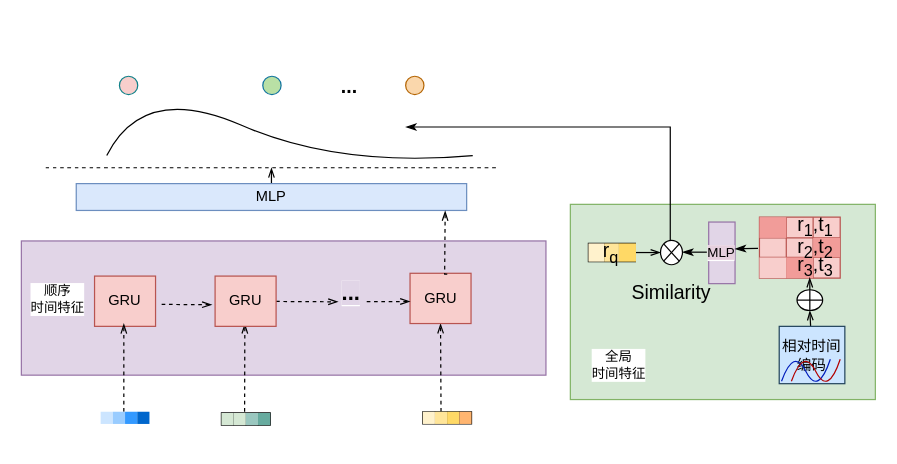
Earlier version of the draw.io diagram 时序模块.drawio (LNqwn/BISHE-GRAPH). Source tidied: cells renumbered, new cells numbered last; positions are measured from the earlier drawing's top-left corner, leaving out a move shared by most shapes. Both pictures are drawn from the tidied source at 122%, with x=0, y=0 at pixel (21, 67).
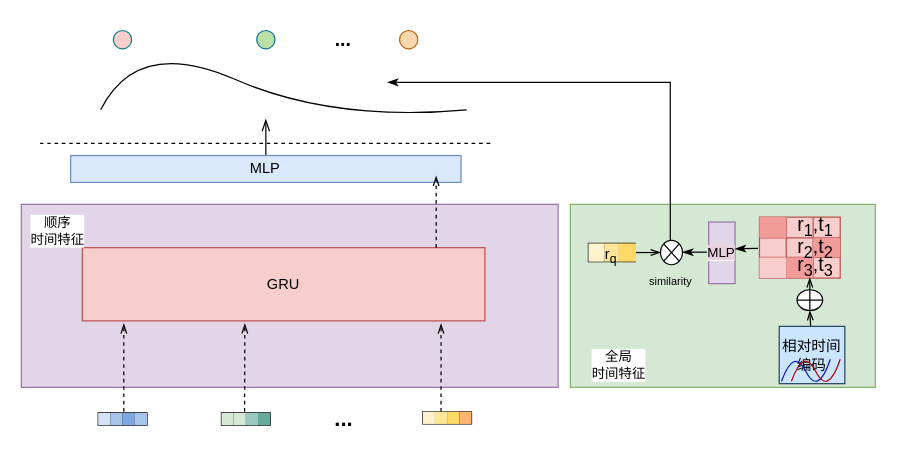
After the change.

Commit message:
更新时序模块.drawio

Unchanged cells that the change refers to:
```xml
<mxCell id="62" style="shape=tableRow;horizontal=0;startSize=0;swimlaneHead=0;swimlaneBody=0;strokeColor=inherit;top=0;left=0;bottom=0;right=0;fillColor=none;fontSize=16;" parent="1" vertex="1">
  <mxGeometry x="65" y="282" width="40" height="10" as="geometry" />
</mxCell>
```

The edit, as a diff of the source:
```diff
@@
     <mxCell id="2" style="rounded=0;whiteSpace=wrap;html=1;fontFamily=Helvetica;fontSize=11;labelBackgroundColor=default;fillColor=#d5e8d4;strokeColor=#82b366;" parent="1" vertex="1">
-      <mxGeometry x="450" y="112" width="250" height="160" as="geometry" />
+      <mxGeometry x="450" y="112" width="250" height="150" as="geometry" />
     </mxCell>
     <mxCell id="3" style="rounded=0;whiteSpace=wrap;html=1;fillColor=#e1d5e7;strokeColor=#9673a6;" parent="1" vertex="1">
-      <mxGeometry y="142" width="430" height="110" as="geometry" />
+      <mxGeometry y="112" width="440" height="150" as="geometry" />
     </mxCell>
@@
-    <mxCell id="27" value="r&lt;sub&gt;q&lt;/sub&gt;" style="text;html=1;align=center;verticalAlign=middle;whiteSpace=wrap;rounded=0;fontSize=16;" parent="1" vertex="1">
+    <mxCell id="27" value="&lt;font style=&quot;font-size: 12px;&quot;&gt;r&lt;sub&gt;q&lt;/sub&gt;&lt;/font&gt;" style="text;html=1;align=center;verticalAlign=middle;whiteSpace=wrap;rounded=0;fontSize=16;" parent="1" vertex="1">
       <mxGeometry x="460" y="140.6" width="46.6" height="21.8" as="geometry" />
     </mxCell>
     <mxCell id="28" style="endArrow=none;html=1;rounded=0;fontSize=12;startSize=8;endSize=8;curved=1;" parent="1" edge="1">
       <mxGeometry relative="1" as="geometry">
-        <mxPoint x="70" y="72" as="sourcePoint" />
-        <mxPoint x="370" y="72" as="targetPoint" />
+        <mxPoint x="65" y="34.5" as="sourcePoint" />
+        <mxPoint x="365" y="34.5" as="targetPoint" />
         <Array as="points">
-          <mxPoint x="100" y="12" />
-          <mxPoint x="260" y="82" />
+          <mxPoint x="95" y="-25.5" />
+          <mxPoint x="255" y="44.5" />
         </Array>
       </mxGeometry>
     </mxCell>
     <mxCell id="29" style="endArrow=none;dashed=1;html=1;rounded=0;fontSize=12;startSize=8;endSize=8;curved=1;" parent="1" edge="1">
       <mxGeometry relative="1" as="geometry">
-        <mxPoint x="20" y="82" as="sourcePoint" />
-        <mxPoint x="390" y="82" as="targetPoint" />
+        <mxPoint x="15.4" y="62" as="sourcePoint" />
+        <mxPoint x="385.4" y="62" as="targetPoint" />
       </mxGeometry>
     </mxCell>
@@
     <mxCell id="31" style="ellipse;whiteSpace=wrap;html=1;fillColor=#B9E0A5;strokeColor=#10739e;" parent="1" vertex="1">
-      <mxGeometry x="197.9" y="7" width="15" height="15" as="geometry" />
+      <mxGeometry x="192.9" y="-30.5" width="15" height="15" as="geometry" />
     </mxCell>
     <mxCell id="32" style="ellipse;whiteSpace=wrap;html=1;fillColor=#fad7ac;strokeColor=#b46504;" parent="1" vertex="1">
-      <mxGeometry x="315" y="7" width="15" height="15" as="geometry" />
+      <mxGeometry x="310" y="-30.5" width="15" height="15" as="geometry" />
     </mxCell>
     <mxCell id="33" style="ellipse;whiteSpace=wrap;html=1;fillColor=#F8CECC;strokeColor=#0e8088;" parent="1" vertex="1">
-      <mxGeometry x="80.4" y="7" width="15" height="15" as="geometry" />
+      <mxGeometry x="75.4" y="-30.5" width="15" height="15" as="geometry" />
     </mxCell>
     <mxCell id="34" value="&lt;b&gt;...&lt;/b&gt;" style="text;html=1;align=center;verticalAlign=middle;whiteSpace=wrap;rounded=0;fontSize=16;" parent="1" vertex="1">
-      <mxGeometry x="238.8" y="-0.5" width="60" height="30" as="geometry" />
+      <mxGeometry x="233.8" y="-38" width="60" height="30" as="geometry" />
     </mxCell>
-    <mxCell id="35" value="Similarity" style="text;html=1;align=center;verticalAlign=middle;whiteSpace=wrap;rounded=0;fontSize=16;" parent="1" vertex="1">
-      <mxGeometry x="510.8" y="174" width="44.1" height="20" as="geometry" />
-    </mxCell>
     <mxCell id="36" value="GRU" style="rounded=0;whiteSpace=wrap;html=1;fillColor=#f8cecc;strokeColor=#b85450;" parent="1" vertex="1">
-      <mxGeometry x="60" y="170.8" width="50" height="41.2" as="geometry" />
+      <mxGeometry x="50" y="147.5" width="330" height="60" as="geometry" />
     </mxCell>
@@
-    <mxCell id="39" style="endArrow=openThin;dashed=1;html=1;rounded=0;endFill=0;entryX=0.5;entryY=1;entryDx=0;entryDy=0;" parent="1" edge="1" target="58">
+    <mxCell id="39" style="endArrow=openThin;dashed=1;html=1;rounded=0;endFill=0;entryX=0.5;entryY=1;entryDx=0;entryDy=0;" parent="1" edge="1">
       <mxGeometry relative="1" as="geometry">
         <mxPoint x="344" y="282" as="sourcePoint" />
+        <mxPoint x="344" y="209.8" as="targetPoint" />
       </mxGeometry>
     </mxCell>
-    <mxCell id="40" style="endArrow=openThin;dashed=1;html=1;rounded=0;endFill=0;exitX=1.008;exitY=0.411;exitDx=0;exitDy=0;exitPerimeter=0;" parent="1" edge="1">
-      <mxGeometry relative="1" as="geometry">
-        <mxPoint x="208.8" y="191.6" as="sourcePoint" />
-        <mxPoint x="259.6" y="191.9" as="targetPoint" />
-      </mxGeometry>
-    </mxCell>
-    <mxCell id="41" value="&lt;b&gt;&lt;font style=&quot;font-size: 18px; background-color: rgb(225, 213, 231);&quot;&gt;...&lt;/font&gt;&lt;/b&gt;" style="text;html=1;align=center;verticalAlign=middle;strokeColor=none;fillColor=none;fontFamily=Helvetica;fontSize=11;fontColor=default;labelBackgroundColor=default;" parent="1" vertex="1">
-      <mxGeometry x="250" y="164.5" width="40" height="40" as="geometry" />
+    <mxCell id="41" value="&lt;b&gt;&lt;font style=&quot;font-size: 18px; background-color: rgb(255, 255, 255);&quot;&gt;...&lt;/font&gt;&lt;/b&gt;" style="text;html=1;align=center;verticalAlign=middle;strokeColor=none;fillColor=none;fontFamily=Helvetica;fontSize=11;fontColor=default;labelBackgroundColor=default;" parent="1" vertex="1">
+      <mxGeometry x="243.8" y="268" width="40" height="40" as="geometry" />
     </mxCell>
-    <mxCell id="42" style="edgeStyle=none;rounded=0;jettySize=auto;html=1;strokeColor=default;align=center;verticalAlign=middle;fontFamily=Helvetica;fontSize=11;fontColor=default;labelBackgroundColor=default;endArrow=openThin;endFill=0;" parent="1" edge="1" source="43">
-      <mxGeometry relative="1" as="geometry">
-        <mxPoint x="205" y="82" as="targetPoint" />
-      </mxGeometry>
-    </mxCell>
+    <mxCell id="79" style="edgeStyle=none;curved=1;rounded=0;jettySize=auto;html=1;fontSize=12;startSize=8;endSize=8;endArrow=openThin;endFill=0;" parent="1" edge="1" source="43">
+      <mxGeometry relative="1" as="geometry">
+        <mxPoint x="200.4" y="42" as="targetPoint" />
+      </mxGeometry>
+    </mxCell>
     <mxCell id="43" value="MLP" style="rounded=0;whiteSpace=wrap;html=1;fillColor=#dae8fc;strokeColor=#6c8ebf;" parent="1" vertex="1">
-      <mxGeometry x="45" y="95" width="320" height="22" as="geometry" />
+      <mxGeometry x="40.4" y="72" width="320" height="22" as="geometry" />
     </mxCell>
@@
-    <mxCell id="53" style="edgeStyle=orthogonalEdgeStyle;rounded=0;orthogonalLoop=1;jettySize=auto;html=1;strokeColor=#000000;align=center;verticalAlign=middle;fontFamily=Helvetica;fontSize=11;fontColor=default;labelBackgroundColor=default;endArrow=classicThin;endFill=1;entryX=0.871;entryY=-0.268;entryDx=0;entryDy=0;entryPerimeter=0;" parent="1" edge="1">
+    <mxCell id="53" style="edgeStyle=orthogonalEdgeStyle;rounded=0;orthogonalLoop=1;jettySize=auto;html=1;strokeColor=#000000;align=center;verticalAlign=middle;fontFamily=Helvetica;fontSize=11;fontColor=default;labelBackgroundColor=default;endArrow=classicThin;endFill=1;" parent="1" edge="1">
       <mxGeometry relative="1" as="geometry">
         <mxPoint x="531.9" y="142" as="sourcePoint" />
-        <mxPoint x="315" y="48.6" as="targetPoint" />
+        <mxPoint x="300" y="12" as="targetPoint" />
         <Array as="points">
-          <mxPoint x="531.4" y="142" />
-          <mxPoint x="531.4" y="49" />
+          <mxPoint x="532" y="12" />
+          <mxPoint x="315" y="12" />
         </Array>
       </mxGeometry>
     </mxCell>
     <mxCell id="54" value="顺序&lt;div&gt;时间特征&lt;/div&gt;" style="text;html=1;align=center;verticalAlign=middle;whiteSpace=wrap;rounded=0;fontFamily=Helvetica;fontSize=11;fontColor=default;labelBackgroundColor=default;" parent="1" vertex="1">
-      <mxGeometry y="168.5" width="60" height="43.5" as="geometry" />
+      <mxGeometry y="112" width="60" height="43.5" as="geometry" />
     </mxCell>
@@
-    <mxCell id="57" value="GRU" style="rounded=0;whiteSpace=wrap;html=1;fillColor=#f8cecc;strokeColor=#b85450;" parent="1" vertex="1">
-      <mxGeometry x="158.8" y="170.8" width="50" height="41.2" as="geometry" />
-    </mxCell>
-    <mxCell id="58" value="GRU" style="rounded=0;whiteSpace=wrap;html=1;fillColor=#f8cecc;strokeColor=#b85450;" parent="1" vertex="1">
-      <mxGeometry x="318.6" y="168.5" width="50" height="41.2" as="geometry" />
-    </mxCell>
-    <mxCell id="59" style="endArrow=openThin;dashed=1;html=1;rounded=0;endFill=0;" parent="1" edge="1">
-      <mxGeometry relative="1" as="geometry">
-        <mxPoint x="115" y="194" as="sourcePoint" />
-        <mxPoint x="156.2" y="194.3" as="targetPoint" />
-      </mxGeometry>
-    </mxCell>
-    <mxCell id="60" style="endArrow=openThin;dashed=1;html=1;rounded=0;endFill=0;" parent="1" edge="1">
-      <mxGeometry relative="1" as="geometry">
-        <mxPoint x="283.1" y="191.8" as="sourcePoint" />
-        <mxPoint x="318.6" y="191.6" as="targetPoint" />
-      </mxGeometry>
-    </mxCell>
-    <mxCell id="61" style="endArrow=openThin;dashed=1;html=1;rounded=0;endFill=0;exitX=0.61;exitY=0.017;exitDx=0;exitDy=0;entryX=0.945;entryY=1.018;entryDx=0;entryDy=0;entryPerimeter=0;exitPerimeter=0;edgeStyle=orthogonalEdgeStyle;" parent="1" edge="1" source="58" target="43">
-      <mxGeometry relative="1" as="geometry">
-        <Array as="points">
-          <mxPoint x="347" y="169" />
-          <mxPoint x="347" y="165" />
-        </Array>
-      </mxGeometry>
-    </mxCell>
@@
-    <mxCell id="63" style="shape=partialRectangle;html=1;whiteSpace=wrap;strokeColor=#d6b656;overflow=hidden;fillColor=#CCE5FF;top=0;left=0;bottom=0;right=0;fontSize=16;" parent="62" vertex="1">
-      <mxGeometry width="10" height="10" as="geometry" />
-    </mxCell>
-    <mxCell id="64" style="shape=partialRectangle;html=1;whiteSpace=wrap;strokeColor=#d6b656;overflow=hidden;fillColor=#99CCFF;top=0;left=0;bottom=0;right=0;fontSize=16;" parent="62" vertex="1">
-      <mxGeometry x="10" width="10" height="10" as="geometry" />
-    </mxCell>
-    <mxCell id="65" style="shape=partialRectangle;html=1;whiteSpace=wrap;strokeColor=#d6b656;overflow=hidden;fillColor=#3399FF;top=0;left=0;bottom=0;right=0;fontSize=16;" parent="62" vertex="1">
-      <mxGeometry x="20" width="10" height="10" as="geometry" />
-    </mxCell>
-    <mxCell id="66" style="shape=partialRectangle;html=1;whiteSpace=wrap;strokeColor=#333300;overflow=hidden;fillColor=#0066CC;top=0;left=0;bottom=0;right=0;fontSize=16;" parent="62" vertex="1">
-      <mxGeometry x="30" width="10" height="10" as="geometry" />
-    </mxCell>
@@
+    <mxCell id="80" value="&lt;font style=&quot;font-size: 9px;&quot;&gt;similarity&lt;/font&gt;" style="text;html=1;align=center;verticalAlign=middle;whiteSpace=wrap;rounded=0;fontSize=16;" parent="1" vertex="1">
+      <mxGeometry x="509.4" y="164.5" width="47" height="17" as="geometry" />
+    </mxCell>
+    <mxCell id="81" style="shape=table;startSize=0;childLayout=tableLayout;fontSize=16;" parent="1" vertex="1">
+      <mxGeometry x="63" y="283" width="40" height="10" as="geometry" />
+    </mxCell>
+    <mxCell id="82" style="shape=tableRow;horizontal=0;startSize=0;swimlaneHead=0;swimlaneBody=0;strokeColor=inherit;top=0;left=0;bottom=0;right=0;fillColor=none;fontSize=16;" parent="81" vertex="1">
+      <mxGeometry width="40" height="10" as="geometry" />
+    </mxCell>
+    <mxCell id="83" style="shape=partialRectangle;html=1;whiteSpace=wrap;strokeColor=#d6b656;overflow=hidden;fillColor=#D4E1F5;top=0;left=0;bottom=0;right=0;fontSize=16;" parent="82" vertex="1">
+      <mxGeometry width="10" height="10" as="geometry" />
+    </mxCell>
+    <mxCell id="84" style="shape=partialRectangle;html=1;whiteSpace=wrap;strokeColor=#d6b656;overflow=hidden;fillColor=#A9C4EB;top=0;left=0;bottom=0;right=0;fontSize=16;" parent="82" vertex="1">
+      <mxGeometry x="10" width="10" height="10" as="geometry" />
+    </mxCell>
+    <mxCell id="85" style="shape=partialRectangle;html=1;whiteSpace=wrap;strokeColor=#d6b656;overflow=hidden;fillColor=#7EA6E0;top=0;left=0;bottom=0;right=0;fontSize=16;" parent="82" vertex="1">
+      <mxGeometry x="20" width="10" height="10" as="geometry" />
+    </mxCell>
+    <mxCell id="86" style="shape=partialRectangle;html=1;whiteSpace=wrap;strokeColor=#333300;overflow=hidden;fillColor=#A9C4EB;top=0;left=0;bottom=0;right=0;fontSize=16;" parent="82" vertex="1">
+      <mxGeometry x="30" width="10" height="10" as="geometry" />
+    </mxCell>
+    <mxCell id="87" style="endArrow=openThin;dashed=1;html=1;rounded=0;endFill=0;entryX=0.5;entryY=1;entryDx=0;entryDy=0;" parent="1" edge="1">
+      <mxGeometry relative="1" as="geometry">
+        <mxPoint x="340" y="147.5" as="sourcePoint" />
+        <mxPoint x="340" y="88.8" as="targetPoint" />
+      </mxGeometry>
+    </mxCell>
```
